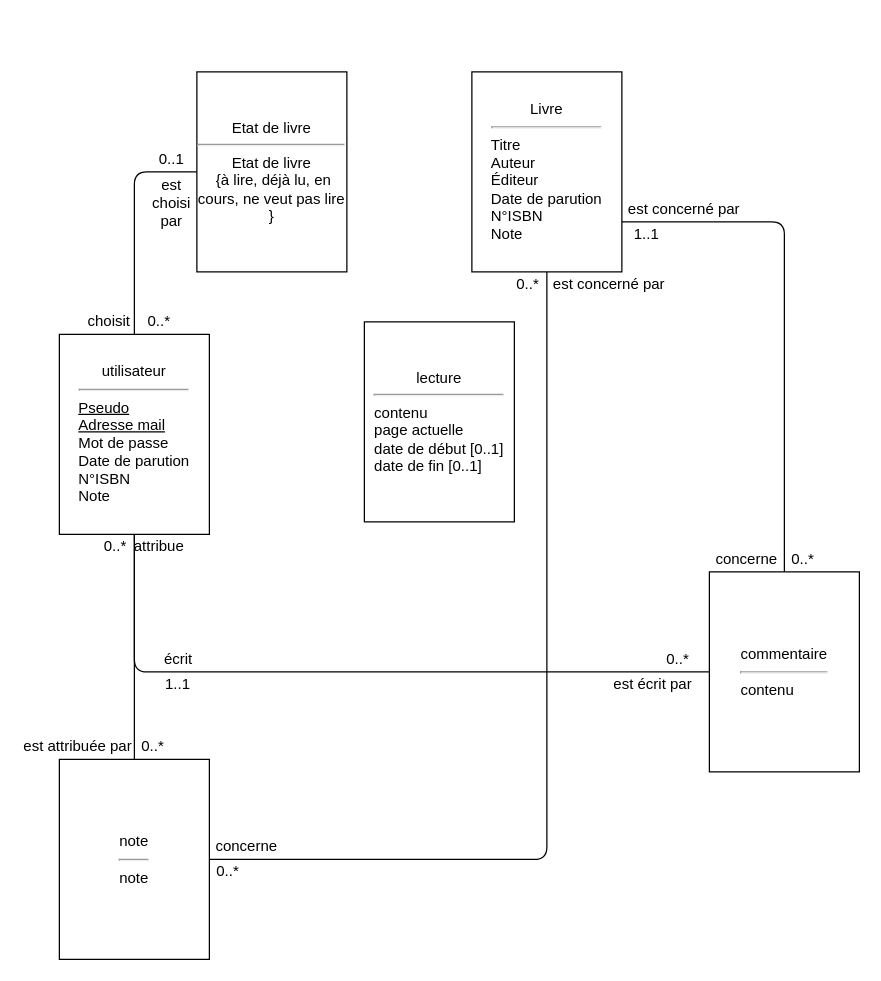
Above: Diag_classes.drawio in ctkix98/phpProjet (draw.io), before the change. Source tidied: cells renumbered, new cells numbered last; positions are measured from the earlier drawing's top-left corner, leaving out a move shared by most shapes. Both pictures are drawn from the tidied source at 125%, with x=0, y=0 at pixel (21, 71).
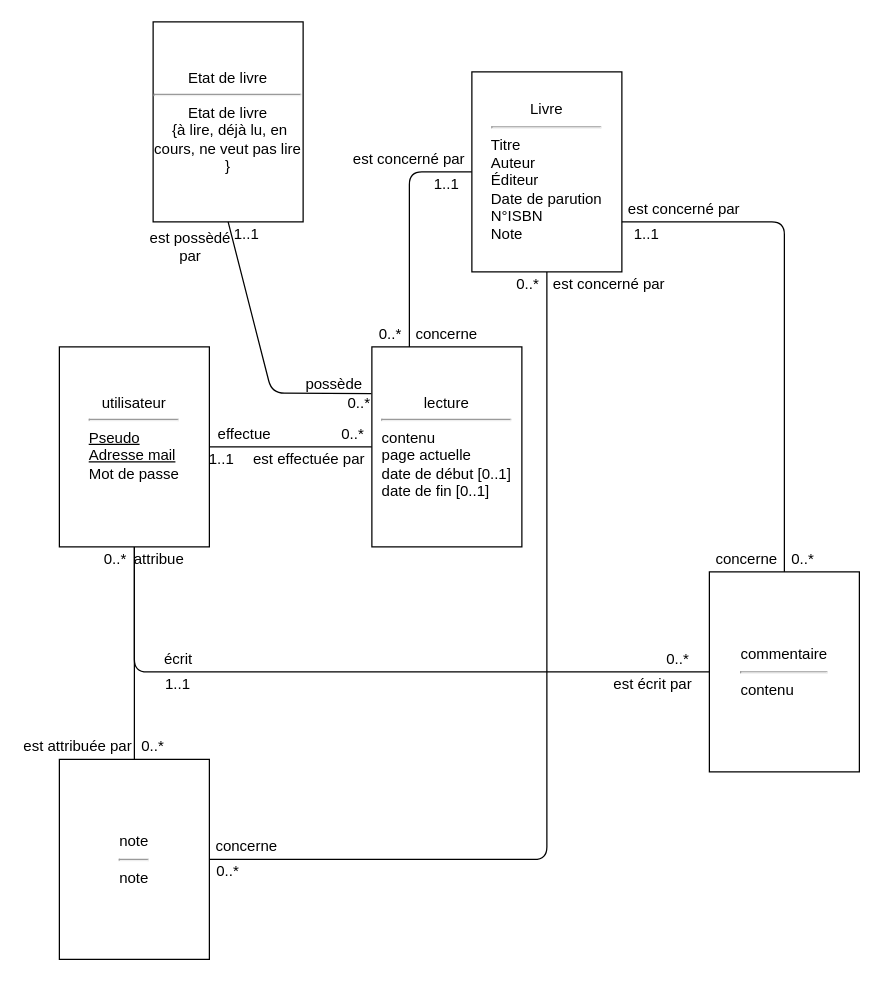
After the change.

Commit message:
Correct classes diagaram

The change refers to these unchanged cells:
```xml
<mxCell id="2" value="Livre&lt;hr&gt;&lt;div style=&quot;text-align: left;&quot;&gt;&lt;span style=&quot;background-color: initial;&quot;&gt;Titre&lt;/span&gt;&lt;/div&gt;&lt;div style=&quot;text-align: left;&quot;&gt;&lt;span style=&quot;background-color: initial;&quot;&gt;Auteur&lt;/span&gt;&lt;/div&gt;&lt;div style=&quot;text-align: left;&quot;&gt;&lt;span style=&quot;background-color: initial;&quot;&gt;Éditeur&lt;/span&gt;&lt;/div&gt;&lt;div style=&quot;text-align: left;&quot;&gt;&lt;span style=&quot;background-color: initial;&quot;&gt;Date de parution&lt;/span&gt;&lt;/div&gt;&lt;div style=&quot;text-align: left;&quot;&gt;&lt;span style=&quot;background-color: initial;&quot;&gt;N°ISBN&lt;/span&gt;&lt;/div&gt;&lt;div style=&quot;text-align: left;&quot;&gt;&lt;span style=&quot;background-color: initial;&quot;&gt;Note&lt;/span&gt;&lt;/div&gt;" style="rounded=0;whiteSpace=wrap;html=1;" parent="1" vertex="1">
  <mxGeometry x="360" width="120" height="160" as="geometry" />
</mxCell>
<mxCell id="10" value="commentaire&lt;hr&gt;&lt;div style=&quot;text-align: left;&quot;&gt;contenu&lt;/div&gt;" style="rounded=0;whiteSpace=wrap;html=1;" parent="1" vertex="1">
  <mxGeometry x="550" y="400" width="120" height="160" as="geometry" />
</mxCell>
```

What changed in the source:
```diff
@@
-    <mxCell id="3" style="edgeStyle=none;html=1;strokeColor=none;dashed=1;dashPattern=8 8;endArrow=none;endFill=0;entryX=0;entryY=0.5;entryDx=0;entryDy=0;" parent="1" edge="1" source="7" target="10">
-      <mxGeometry relative="1" as="geometry" />
-    </mxCell>
@@
-    <mxCell id="6" style="edgeStyle=none;html=1;endArrow=none;endFill=0;entryX=0;entryY=0.5;entryDx=0;entryDy=0;" parent="1" edge="1" source="7" target="8">
-      <mxGeometry relative="1" as="geometry">
-        <Array as="points">
-          <mxPoint x="90" y="80" />
-        </Array>
-      </mxGeometry>
-    </mxCell>
+    <mxCell id="34" style="edgeStyle=none;html=1;entryX=0;entryY=0.5;entryDx=0;entryDy=0;endArrow=none;endFill=0;" parent="1" edge="1" source="7" target="11">
+      <mxGeometry relative="1" as="geometry" />
+    </mxCell>
-    <mxCell id="7" value="utilisateur&lt;hr&gt;&lt;div style=&quot;text-align: left;&quot;&gt;&lt;u&gt;Pseudo&lt;/u&gt;&lt;/div&gt;&lt;div style=&quot;text-align: left;&quot;&gt;&lt;u&gt;Adresse mail&lt;/u&gt;&lt;/div&gt;&lt;div style=&quot;text-align: left;&quot;&gt;Mot de passe&lt;/div&gt;&lt;div style=&quot;text-align: left;&quot;&gt;&lt;span style=&quot;background-color: initial;&quot;&gt;Date de parution&lt;/span&gt;&lt;/div&gt;&lt;div style=&quot;text-align: left;&quot;&gt;&lt;span style=&quot;background-color: initial;&quot;&gt;N°ISBN&lt;/span&gt;&lt;/div&gt;&lt;div style=&quot;text-align: left;&quot;&gt;&lt;span style=&quot;background-color: initial;&quot;&gt;Note&lt;/span&gt;&lt;/div&gt;" style="rounded=0;whiteSpace=wrap;html=1;" parent="1" vertex="1">
-      <mxGeometry x="30" y="210" width="120" height="160" as="geometry" />
+    <mxCell id="7" value="utilisateur&lt;hr&gt;&lt;div style=&quot;text-align: left;&quot;&gt;&lt;u&gt;Pseudo&lt;/u&gt;&lt;/div&gt;&lt;div style=&quot;text-align: left;&quot;&gt;&lt;u&gt;Adresse mail&lt;/u&gt;&lt;/div&gt;&lt;div style=&quot;text-align: left;&quot;&gt;Mot de passe&lt;/div&gt;&lt;div style=&quot;text-align: left;&quot;&gt;&lt;br&gt;&lt;/div&gt;" style="rounded=0;whiteSpace=wrap;html=1;" parent="1" vertex="1">
+      <mxGeometry x="30" y="220" width="120" height="160" as="geometry" />
     </mxCell>
     <mxCell id="8" value="Etat de livre&lt;hr&gt;&lt;div style=&quot;&quot;&gt;Etat de livre&lt;br&gt;&amp;nbsp;{à lire, déjà lu, en cours, ne veut pas lire }&lt;/div&gt;" style="rounded=0;whiteSpace=wrap;html=1;" parent="1" vertex="1">
-      <mxGeometry x="140" width="120" height="160" as="geometry" />
+      <mxGeometry x="105" y="-40" width="120" height="160" as="geometry" />
     </mxCell>
@@
+    <mxCell id="35" style="edgeStyle=none;html=1;exitX=0.994;exitY=0.867;exitDx=0;exitDy=0;endArrow=none;endFill=0;entryX=0.5;entryY=1;entryDx=0;entryDy=0;exitPerimeter=0;" parent="1" edge="1" source="41" target="8">
+      <mxGeometry relative="1" as="geometry">
+        <Array as="points">
+          <mxPoint x="200" y="257" />
+        </Array>
+      </mxGeometry>
+    </mxCell>
+    <mxCell id="36" style="edgeStyle=none;html=1;endArrow=none;endFill=0;entryX=0;entryY=0.5;entryDx=0;entryDy=0;exitX=0.25;exitY=0;exitDx=0;exitDy=0;" parent="1" edge="1" source="11" target="2">
+      <mxGeometry relative="1" as="geometry">
+        <Array as="points">
+          <mxPoint x="310" y="80" />
+        </Array>
+      </mxGeometry>
+    </mxCell>
     <mxCell id="11" value="lecture&lt;hr&gt;&lt;div style=&quot;text-align: left;&quot;&gt;contenu&lt;/div&gt;&lt;div style=&quot;text-align: left;&quot;&gt;page actuelle&lt;/div&gt;&lt;div style=&quot;text-align: left;&quot;&gt;date de début [0..1]&lt;/div&gt;&lt;div style=&quot;text-align: left;&quot;&gt;date de fin [0..1]&lt;/div&gt;" style="rounded=0;whiteSpace=wrap;html=1;" parent="1" vertex="1">
-      <mxGeometry x="274" y="200" width="120" height="160" as="geometry" />
+      <mxGeometry x="280" y="220" width="120" height="160" as="geometry" />
     </mxCell>
@@
     <mxCell id="18" value="attribue" style="rounded=0;whiteSpace=wrap;html=1;strokeColor=none;fillColor=none;" parent="1" vertex="1">
-      <mxGeometry x="90" y="370" width="40" height="20" as="geometry" />
+      <mxGeometry x="90" y="380" width="40" height="20" as="geometry" />
     </mxCell>
@@
     <mxCell id="21" value="0..*" style="rounded=0;whiteSpace=wrap;html=1;strokeColor=none;fillColor=none;" parent="1" vertex="1">
-      <mxGeometry x="60" y="370" width="30" height="20" as="geometry" />
+      <mxGeometry x="60" y="380" width="30" height="20" as="geometry" />
     </mxCell>
@@
-    <mxCell id="26" value="choisit" style="rounded=0;whiteSpace=wrap;html=1;strokeColor=none;fillColor=none;" parent="1" vertex="1">
-      <mxGeometry x="50" y="190" width="40" height="20" as="geometry" />
-    </mxCell>
-    <mxCell id="27" value="0..1" style="rounded=0;whiteSpace=wrap;html=1;strokeColor=none;fillColor=none;" parent="1" vertex="1">
-      <mxGeometry x="100" y="60" width="40" height="20" as="geometry" />
-    </mxCell>
-    <mxCell id="28" value="est choisi&lt;br&gt;par" style="rounded=0;whiteSpace=wrap;html=1;strokeColor=none;fillColor=none;" parent="1" vertex="1">
-      <mxGeometry x="100" y="80" width="40" height="50" as="geometry" />
-    </mxCell>
-    <mxCell id="29" value="0..*" style="rounded=0;whiteSpace=wrap;html=1;strokeColor=none;fillColor=none;" parent="1" vertex="1">
-      <mxGeometry x="90" y="190" width="40" height="20" as="geometry" />
-    </mxCell>
@@
+    <mxCell id="37" value="0..*" style="rounded=0;whiteSpace=wrap;html=1;strokeColor=none;fillColor=none;" parent="1" vertex="1">
+      <mxGeometry x="250" y="280" width="30" height="20" as="geometry" />
+    </mxCell>
+    <mxCell id="38" value="est effectuée par" style="rounded=0;whiteSpace=wrap;html=1;strokeColor=none;fillColor=none;" parent="1" vertex="1">
+      <mxGeometry x="180" y="300" width="100" height="20" as="geometry" />
+    </mxCell>
+    <mxCell id="39" value="1..1" style="rounded=0;whiteSpace=wrap;html=1;strokeColor=none;fillColor=none;" parent="1" vertex="1">
+      <mxGeometry x="150" y="300" width="20" height="20" as="geometry" />
+    </mxCell>
+    <mxCell id="40" value="effectue&amp;nbsp;" style="rounded=0;whiteSpace=wrap;html=1;strokeColor=none;fillColor=none;" parent="1" vertex="1">
+      <mxGeometry x="150" y="280" width="60" height="20" as="geometry" />
+    </mxCell>
+    <mxCell id="41" value="possède" style="rounded=0;whiteSpace=wrap;html=1;strokeColor=none;fillColor=none;" parent="1" vertex="1">
+      <mxGeometry x="220" y="240" width="60" height="20" as="geometry" />
+    </mxCell>
+    <mxCell id="42" value="1..1" style="rounded=0;whiteSpace=wrap;html=1;strokeColor=none;fillColor=none;" parent="1" vertex="1">
+      <mxGeometry x="170" y="120" width="20" height="20" as="geometry" />
+    </mxCell>
+    <mxCell id="43" value="est possèdé par" style="rounded=0;whiteSpace=wrap;html=1;strokeColor=none;fillColor=none;" parent="1" vertex="1">
+      <mxGeometry x="100" y="130" width="70" height="20" as="geometry" />
+    </mxCell>
+    <mxCell id="44" value="0..*" style="rounded=0;whiteSpace=wrap;html=1;strokeColor=none;fillColor=none;" parent="1" vertex="1">
+      <mxGeometry x="260" y="260" width="20" height="10" as="geometry" />
+    </mxCell>
+    <mxCell id="45" value="concerne" style="rounded=0;whiteSpace=wrap;html=1;strokeColor=none;fillColor=none;" parent="1" vertex="1">
+      <mxGeometry x="310" y="200" width="60" height="20" as="geometry" />
+    </mxCell>
+    <mxCell id="46" value="1..1" style="rounded=0;whiteSpace=wrap;html=1;strokeColor=none;fillColor=none;" parent="1" vertex="1">
+      <mxGeometry x="320" y="80" width="40" height="20" as="geometry" />
+    </mxCell>
+    <mxCell id="47" value="0..*" style="rounded=0;whiteSpace=wrap;html=1;strokeColor=none;fillColor=none;" parent="1" vertex="1">
+      <mxGeometry x="280" y="200" width="30" height="20" as="geometry" />
+    </mxCell>
+    <mxCell id="48" value="est concerné par" style="rounded=0;whiteSpace=wrap;html=1;strokeColor=none;fillColor=none;" parent="1" vertex="1">
+      <mxGeometry x="260" y="60" width="100" height="20" as="geometry" />
+    </mxCell>
```
